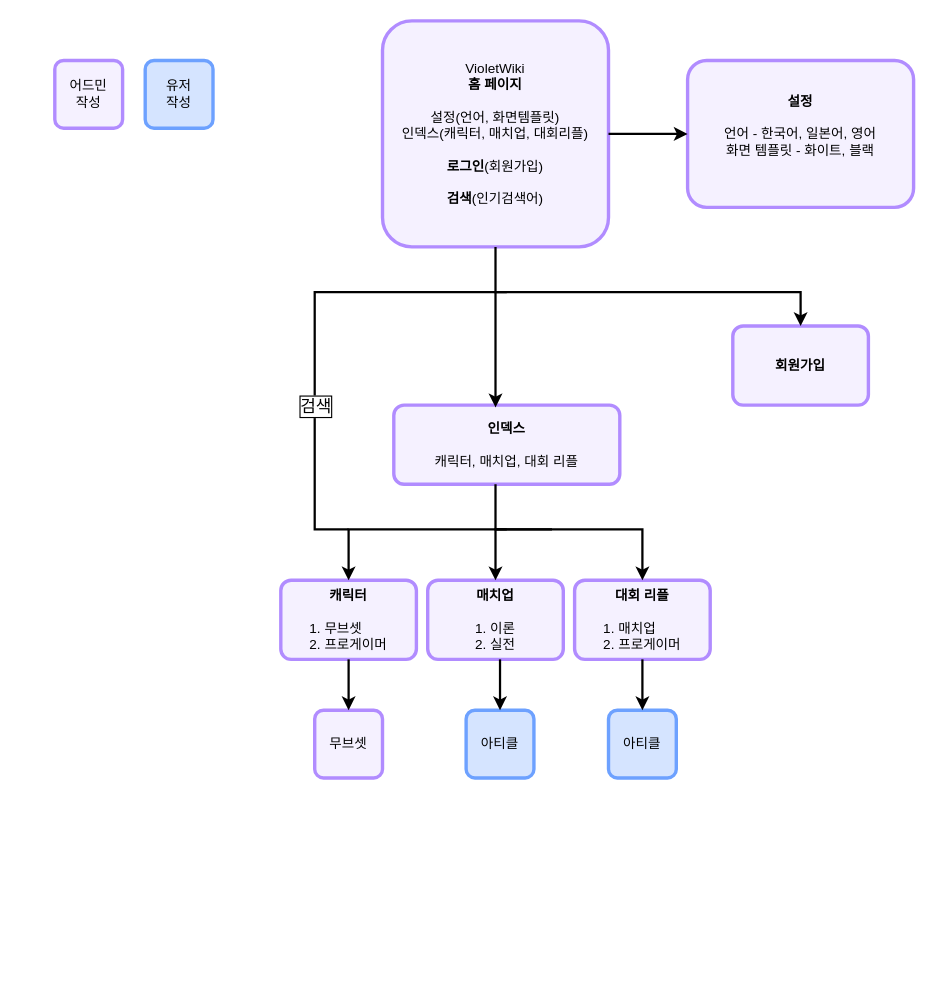
Above: VioletWiki.drawio in Sihyeon6n23/VioletWiki (draw.io), before the change. Source tidied: cells renumbered, new cells numbered last; positions are measured from the earlier drawing's top-left corner, leaving out a move shared by most shapes. Both pictures are drawn from the tidied source at 113%, with x=0, y=0 at pixel (54, 20).
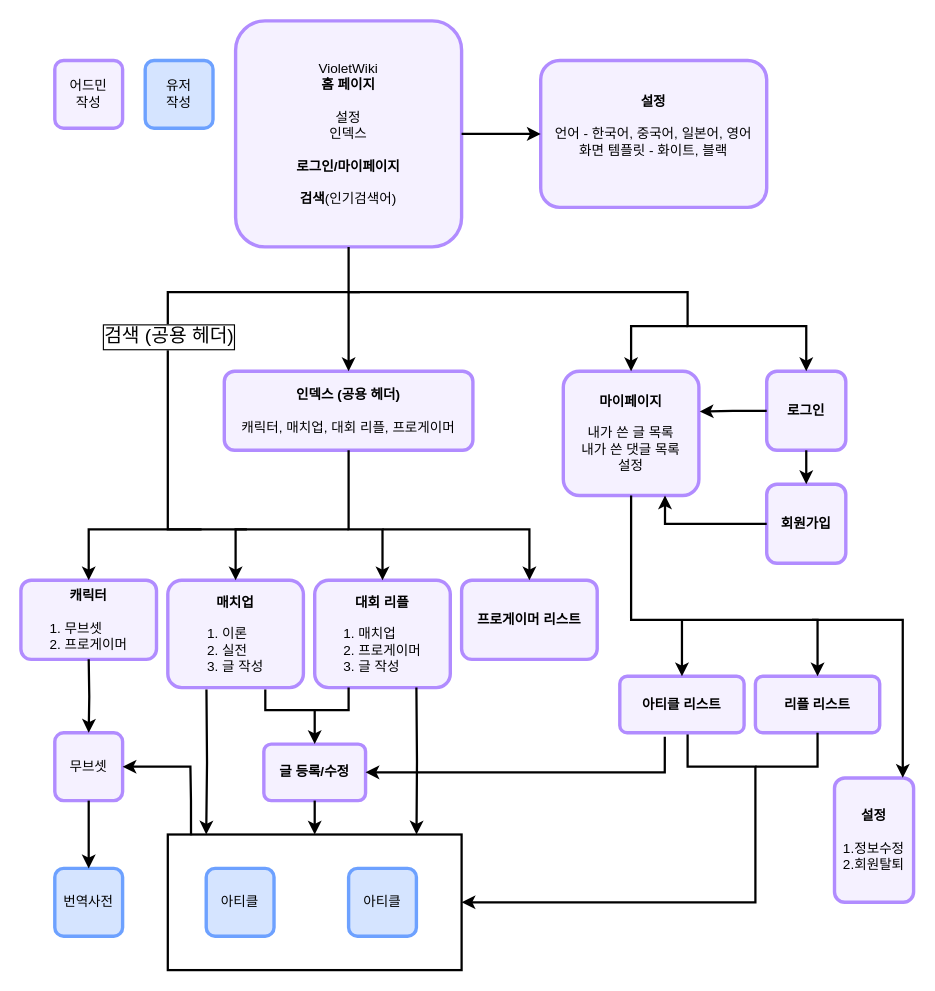
The same page after the edit.

Change to the diagram source:
```diff
@@
+    <mxCell id="25" style="rounded=0;whiteSpace=wrap;html=1;fillColor=none;strokeWidth=2;" parent="1" vertex="1">
+      <mxGeometry x="100" y="720" width="260" height="120" as="geometry" />
+    </mxCell>
-    <mxCell id="2" value="&lt;div&gt;VioletWiki&lt;/div&gt;&lt;div&gt;&lt;b&gt;홈 페이지&lt;/b&gt;&lt;/div&gt;&lt;div&gt;&lt;br&gt;&lt;/div&gt;&lt;div&gt;설정(언어, 화면템플릿)&lt;/div&gt;&lt;div&gt;인덱스(캐릭터, 매치업, 대회리플)&lt;/div&gt;&lt;div&gt;&lt;br&gt;&lt;/div&gt;&lt;div&gt;&lt;b&gt;로그인&lt;/b&gt;(회원가입)&lt;/div&gt;&lt;div&gt;&lt;br&gt;&lt;/div&gt;&lt;div&gt;&lt;b&gt;검색&lt;/b&gt;(인기검색어)&lt;/div&gt;" style="rounded=1;whiteSpace=wrap;html=1;strokeColor=#B18CFF;strokeWidth=3;perimeterSpacing=0;arcSize=13;fillColor=#F5F1FF;" parent="1" vertex="1">
-      <mxGeometry x="290" width="200" height="200" as="geometry" />
+    <mxCell id="2" value="&lt;div&gt;VioletWiki&lt;/div&gt;&lt;div&gt;&lt;b&gt;홈 페이지&lt;/b&gt;&lt;/div&gt;&lt;div&gt;&lt;br&gt;&lt;/div&gt;&lt;div&gt;설정&lt;/div&gt;&lt;div&gt;인덱스&lt;/div&gt;&lt;div&gt;&lt;br&gt;&lt;/div&gt;&lt;div&gt;&lt;b&gt;로그인/마이페이지&lt;/b&gt;&lt;/div&gt;&lt;div&gt;&lt;br&gt;&lt;/div&gt;&lt;div&gt;&lt;b&gt;검색&lt;/b&gt;(인기검색어)&lt;/div&gt;" style="rounded=1;whiteSpace=wrap;html=1;strokeColor=#B18CFF;strokeWidth=3;perimeterSpacing=0;arcSize=13;fillColor=#F5F1FF;" parent="1" vertex="1">
+      <mxGeometry x="160" width="200" height="200" as="geometry" />
     </mxCell>
-    <mxCell id="3" value="&lt;div&gt;&lt;b&gt;인덱스&lt;/b&gt;&lt;/div&gt;&lt;div&gt;&lt;b&gt;&lt;br&gt;&lt;/b&gt;&lt;/div&gt;&lt;div&gt;캐릭터, 매치업, 대회 리플&lt;/div&gt;" style="rounded=1;whiteSpace=wrap;html=1;strokeColor=#B18CFF;strokeWidth=3;perimeterSpacing=0;arcSize=13;fillColor=#F5F1FF;" parent="1" vertex="1">
-      <mxGeometry x="300" y="340" width="200" height="70" as="geometry" />
+    <mxCell id="3" value="&lt;div&gt;&lt;b&gt;인덱스 (공용 헤더)&lt;/b&gt;&lt;/div&gt;&lt;div&gt;&lt;b&gt;&lt;br&gt;&lt;/b&gt;&lt;/div&gt;&lt;div&gt;캐릭터, 매치업, 대회 리플, 프로게이머&lt;/div&gt;" style="rounded=1;whiteSpace=wrap;html=1;strokeColor=#B18CFF;strokeWidth=3;perimeterSpacing=0;arcSize=13;fillColor=#F5F1FF;" parent="1" vertex="1">
+      <mxGeometry x="150" y="310" width="220" height="70" as="geometry" />
     </mxCell>
-    <mxCell id="4" value="&lt;div&gt;&lt;b&gt;설정&lt;/b&gt;&lt;/div&gt;&lt;div&gt;&lt;br&gt;&lt;/div&gt;&lt;div&gt;언어 - 한국어, 일본어, 영어&lt;/div&gt;&lt;div&gt;화면 템플릿 - 화이트, 블랙&lt;/div&gt;&lt;div&gt;&lt;br&gt;&lt;/div&gt;" style="rounded=1;whiteSpace=wrap;html=1;strokeColor=#B18CFF;strokeWidth=3;perimeterSpacing=0;arcSize=13;fillColor=#F5F1FF;" parent="1" vertex="1">
-      <mxGeometry x="560" y="35" width="200" height="130" as="geometry" />
+    <mxCell id="4" value="&lt;div&gt;&lt;b&gt;설정&lt;/b&gt;&lt;/div&gt;&lt;div&gt;&lt;br&gt;&lt;/div&gt;&lt;div&gt;언어 - 한국어, 중국어, 일본어, 영어&lt;/div&gt;&lt;div&gt;화면 템플릿 - 화이트, 블랙&lt;/div&gt;&lt;div&gt;&lt;br&gt;&lt;/div&gt;" style="rounded=1;whiteSpace=wrap;html=1;strokeColor=#B18CFF;strokeWidth=3;perimeterSpacing=0;arcSize=13;fillColor=#F5F1FF;" parent="1" vertex="1">
+      <mxGeometry x="430" y="35" width="200" height="130" as="geometry" />
     </mxCell>
@@
-    <mxCell id="6" value="&lt;div&gt;&lt;b&gt;회원가입&lt;/b&gt;&lt;/div&gt;" style="rounded=1;whiteSpace=wrap;html=1;strokeColor=#B18CFF;strokeWidth=3;perimeterSpacing=0;arcSize=13;fillColor=#F5F1FF;" parent="1" vertex="1">
-      <mxGeometry x="600" y="270" width="120" height="70" as="geometry" />
+    <mxCell id="6" value="&lt;b&gt;로그인&lt;/b&gt;" style="rounded=1;whiteSpace=wrap;html=1;strokeColor=#B18CFF;strokeWidth=3;perimeterSpacing=0;arcSize=13;fillColor=#F5F1FF;" parent="1" vertex="1">
+      <mxGeometry x="630" y="310" width="70" height="70" as="geometry" />
     </mxCell>
     <mxCell id="7" style="endArrow=classic;html=1;rounded=0;entryX=0.5;entryY=0;entryDx=0;entryDy=0;exitX=0.5;exitY=1;exitDx=0;exitDy=0;strokeWidth=2;edgeStyle=orthogonalEdgeStyle;" parent="1" edge="1" source="2" target="6">
       <mxGeometry relative="1" as="geometry">
         <Array as="points">
-          <mxPoint x="390" y="240" />
-          <mxPoint x="660" y="240" />
+          <mxPoint x="260" y="240" />
+          <mxPoint x="560" y="240" />
+          <mxPoint x="560" y="270" />
+          <mxPoint x="665" y="270" />
         </Array>
       </mxGeometry>
     </mxCell>
-    <mxCell id="8" style="endArrow=classic;html=1;rounded=0;entryX=0.45;entryY=0.029;entryDx=0;entryDy=0;strokeWidth=2;entryPerimeter=0;edgeStyle=orthogonalEdgeStyle;" parent="1" edge="1" target="3">
+    <mxCell id="8" style="endArrow=classic;html=1;rounded=0;strokeWidth=2;edgeStyle=orthogonalEdgeStyle;" parent="1" edge="1">
       <mxGeometry relative="1" as="geometry">
-        <mxPoint x="390" y="240" as="sourcePoint" />
+        <mxPoint x="260" y="240" as="sourcePoint" />
+        <mxPoint x="260" y="310" as="targetPoint" />
         <Array as="points">
-          <mxPoint x="390" y="290" />
-          <mxPoint x="390" y="290" />
+          <mxPoint x="260" y="290" />
+          <mxPoint x="260" y="290" />
         </Array>
       </mxGeometry>
     </mxCell>
     <mxCell id="9" value="&lt;div&gt;&lt;b&gt;캐릭터&lt;/b&gt;&lt;/div&gt;&lt;div&gt;&lt;br&gt;&lt;/div&gt;&lt;div align=&quot;left&quot;&gt;1. 무브셋&lt;/div&gt;&lt;div align=&quot;left&quot;&gt;2. 프로게이머&lt;/div&gt;" style="rounded=1;whiteSpace=wrap;html=1;strokeColor=#B18CFF;strokeWidth=3;perimeterSpacing=0;arcSize=13;fillColor=#F5F1FF;" parent="1" vertex="1">
-      <mxGeometry x="200" y="495" width="120" height="70" as="geometry" />
+      <mxGeometry x="-30" y="495" width="120" height="70" as="geometry" />
     </mxCell>
-    <mxCell id="10" value="&lt;div&gt;&lt;b&gt;매치업&lt;/b&gt;&lt;/div&gt;&lt;div&gt;&lt;br&gt;&lt;/div&gt;&lt;div&gt;1. 이론&lt;/div&gt;&lt;div&gt;2. 실전&lt;/div&gt;" style="rounded=1;whiteSpace=wrap;html=1;strokeColor=#B18CFF;strokeWidth=3;perimeterSpacing=0;arcSize=13;fillColor=#F5F1FF;" parent="1" vertex="1">
-      <mxGeometry x="330" y="495" width="120" height="70" as="geometry" />
+    <mxCell id="10" value="&lt;div&gt;&lt;b&gt;매치업&lt;/b&gt;&lt;/div&gt;&lt;div&gt;&lt;br&gt;&lt;/div&gt;&lt;div align=&quot;left&quot;&gt;1. 이론&lt;/div&gt;&lt;div align=&quot;left&quot;&gt;2. 실전&lt;/div&gt;&lt;div align=&quot;left&quot;&gt;3. 글 작성&lt;/div&gt;" style="rounded=1;whiteSpace=wrap;html=1;strokeColor=#B18CFF;strokeWidth=3;perimeterSpacing=0;arcSize=13;fillColor=#F5F1FF;" parent="1" vertex="1">
+      <mxGeometry x="100" y="495" width="120" height="95" as="geometry" />
     </mxCell>
-    <mxCell id="11" value="&lt;div&gt;&lt;b&gt;대회 리플&lt;/b&gt;&lt;/div&gt;&lt;div&gt;&lt;br&gt;&lt;/div&gt;&lt;div align=&quot;left&quot;&gt;1. 매치업&lt;/div&gt;&lt;div align=&quot;left&quot;&gt;2. 프로게이머&lt;/div&gt;" style="rounded=1;whiteSpace=wrap;html=1;strokeColor=#B18CFF;strokeWidth=3;perimeterSpacing=0;arcSize=13;fillColor=#F5F1FF;" parent="1" vertex="1">
-      <mxGeometry x="460" y="495" width="120" height="70" as="geometry" />
+    <mxCell id="11" value="&lt;div&gt;&lt;b&gt;대회 리플&lt;/b&gt;&lt;/div&gt;&lt;div&gt;&lt;br&gt;&lt;/div&gt;&lt;div align=&quot;left&quot;&gt;1. 매치업&lt;/div&gt;&lt;div align=&quot;left&quot;&gt;2. 프로게이머&lt;/div&gt;&lt;div align=&quot;left&quot;&gt;3. 글 작성&lt;/div&gt;" style="rounded=1;whiteSpace=wrap;html=1;strokeColor=#B18CFF;strokeWidth=3;perimeterSpacing=0;arcSize=13;fillColor=#F5F1FF;" parent="1" vertex="1">
+      <mxGeometry x="230" y="495" width="120" height="95" as="geometry" />
     </mxCell>
     <mxCell id="12" style="endArrow=classic;html=1;rounded=0;entryX=0.5;entryY=0;entryDx=0;entryDy=0;strokeWidth=2;edgeStyle=orthogonalEdgeStyle;" parent="1" edge="1" source="3" target="11">
       <mxGeometry relative="1" as="geometry">
         <Array as="points">
-          <mxPoint x="390" y="450" />
-          <mxPoint x="520" y="450" />
+          <mxPoint x="260" y="450" />
+          <mxPoint x="290" y="450" />
         </Array>
       </mxGeometry>
     </mxCell>
     <mxCell id="13" style="endArrow=classic;html=1;rounded=0;entryX=0.5;entryY=0;entryDx=0;entryDy=0;strokeWidth=2;edgeStyle=orthogonalEdgeStyle;" parent="1" edge="1" target="10">
       <mxGeometry relative="1" as="geometry">
-        <mxPoint x="400" y="450" as="sourcePoint" />
+        <mxPoint x="170" y="450" as="sourcePoint" />
         <Array as="points">
-          <mxPoint x="390" y="450" />
+          <mxPoint x="160" y="450" />
         </Array>
       </mxGeometry>
     </mxCell>
     <mxCell id="14" style="endArrow=classic;html=1;rounded=0;entryX=0.5;entryY=0;entryDx=0;entryDy=0;strokeWidth=2;edgeStyle=orthogonalEdgeStyle;" parent="1" edge="1" target="9">
       <mxGeometry relative="1" as="geometry">
-        <mxPoint x="440" y="450" as="sourcePoint" />
+        <mxPoint x="260" y="450" as="sourcePoint" />
         <Array as="points">
-          <mxPoint x="260" y="450" />
+          <mxPoint x="30" y="450" />
         </Array>
       </mxGeometry>
     </mxCell>
     <mxCell id="15" style="endArrow=none;html=1;rounded=0;strokeWidth=2;edgeStyle=orthogonalEdgeStyle;endFill=0;" parent="1" edge="1">
       <mxGeometry relative="1" as="geometry">
-        <mxPoint x="400" y="240" as="sourcePoint" />
-        <mxPoint x="259.9" y="450" as="targetPoint" />
+        <mxPoint x="270" y="240" as="sourcePoint" />
+        <mxPoint x="129.9" y="450" as="targetPoint" />
         <Array as="points">
-          <mxPoint x="230" y="240" />
-          <mxPoint x="230" y="450" />
+          <mxPoint x="100" y="240" />
+          <mxPoint x="100" y="450" />
         </Array>
       </mxGeometry>
     </mxCell>
-    <mxCell id="16" value="검색" style="edgeLabel;html=1;align=center;verticalAlign=middle;fontSize=15;labelBorderColor=default;" parent="15" vertex="1">
+    <mxCell id="16" value="검색 (공용 헤더)" style="edgeLabel;html=1;align=center;verticalAlign=middle;fontSize=17;labelBorderColor=default;spacing=3;spacingTop=0;" parent="15" vertex="1">
       <mxGeometry x="-0.16" y="-1" relative="1" as="geometry">
-        <mxPoint x="1" y="98" as="offset" />
+        <mxPoint x="1" y="37" as="offset" />
       </mxGeometry>
     </mxCell>
     <mxCell id="17" value="무브셋" style="rounded=1;whiteSpace=wrap;html=1;strokeColor=#B18CFF;strokeWidth=3;perimeterSpacing=0;arcSize=13;fillColor=#F5F1FF;" parent="1" vertex="1">
-      <mxGeometry x="230" y="610" width="60" height="60" as="geometry" />
+      <mxGeometry y="630" width="60" height="60" as="geometry" />
     </mxCell>
-    <mxCell id="18" style="endArrow=classic;html=1;rounded=0;entryX=0.5;entryY=0;entryDx=0;entryDy=0;strokeWidth=2;edgeStyle=orthogonalEdgeStyle;" parent="1" edge="1">
+    <mxCell id="18" style="endArrow=classic;html=1;rounded=0;entryX=0.5;entryY=0;entryDx=0;entryDy=0;strokeWidth=2;edgeStyle=orthogonalEdgeStyle;" parent="1" edge="1" target="17">
       <mxGeometry relative="1" as="geometry">
-        <mxPoint x="260" y="565" as="sourcePoint" />
-        <mxPoint x="260" y="610" as="targetPoint" />
-        <Array as="points">
-          <mxPoint x="260" y="565" />
-        </Array>
+        <mxPoint x="30" y="565" as="sourcePoint" />
       </mxGeometry>
     </mxCell>
     <mxCell id="19" value="아티클" style="rounded=1;whiteSpace=wrap;html=1;strokeColor=#6DA1FF;strokeWidth=3;perimeterSpacing=0;arcSize=13;fillColor=#D5E4FF;" parent="1" vertex="1">
-      <mxGeometry x="364" y="610" width="60" height="60" as="geometry" />
+      <mxGeometry x="134" y="750" width="60" height="60" as="geometry" />
     </mxCell>
-    <mxCell id="20" style="endArrow=classic;html=1;rounded=0;entryX=0.5;entryY=0;entryDx=0;entryDy=0;strokeWidth=2;edgeStyle=orthogonalEdgeStyle;" parent="1" edge="1">
-      <mxGeometry relative="1" as="geometry">
-        <mxPoint x="394" y="565" as="sourcePoint" />
-        <mxPoint x="394" y="610" as="targetPoint" />
-        <Array as="points">
-          <mxPoint x="394" y="565" />
-        </Array>
-      </mxGeometry>
-    </mxCell>
     <mxCell id="21" value="아티클" style="rounded=1;whiteSpace=wrap;html=1;strokeColor=#6DA1FF;strokeWidth=3;perimeterSpacing=0;arcSize=13;fillColor=#D5E4FF;" parent="1" vertex="1">
-      <mxGeometry x="490" y="610" width="60" height="60" as="geometry" />
+      <mxGeometry x="260" y="750" width="60" height="60" as="geometry" />
     </mxCell>
-    <mxCell id="22" style="endArrow=classic;html=1;rounded=0;entryX=0.5;entryY=0;entryDx=0;entryDy=0;strokeWidth=2;edgeStyle=orthogonalEdgeStyle;" parent="1" edge="1">
+    <mxCell id="22" style="endArrow=classic;html=1;rounded=0;entryX=0.731;entryY=0;entryDx=0;entryDy=0;strokeWidth=2;edgeStyle=orthogonalEdgeStyle;entryPerimeter=0;" parent="1" edge="1">
       <mxGeometry relative="1" as="geometry">
-        <mxPoint x="520" y="565" as="sourcePoint" />
-        <mxPoint x="520" y="610" as="targetPoint" />
-        <Array as="points">
-          <mxPoint x="520" y="565" />
-        </Array>
+        <mxPoint x="320" y="590" as="sourcePoint" />
+        <mxPoint x="320.1" y="720" as="targetPoint" />
       </mxGeometry>
     </mxCell>
@@
+    <mxCell id="26" value="&lt;div&gt;&lt;b&gt;프로게이머 리스트&lt;/b&gt;&lt;/div&gt;" style="rounded=1;whiteSpace=wrap;html=1;strokeColor=#B18CFF;strokeWidth=3;perimeterSpacing=0;arcSize=13;fillColor=#F5F1FF;" parent="1" vertex="1">
+      <mxGeometry x="360" y="495" width="120" height="70" as="geometry" />
+    </mxCell>
+    <mxCell id="27" style="endArrow=classic;html=1;rounded=0;entryX=0.5;entryY=0;entryDx=0;entryDy=0;strokeWidth=2;edgeStyle=orthogonalEdgeStyle;" parent="1" edge="1" target="26">
+      <mxGeometry relative="1" as="geometry">
+        <mxPoint x="290" y="450" as="sourcePoint" />
+        <Array as="points">
+          <mxPoint x="420" y="450" />
+        </Array>
+      </mxGeometry>
+    </mxCell>
+    <mxCell id="28" value="&lt;div&gt;&lt;b&gt;회원가입&lt;/b&gt;&lt;/div&gt;" style="rounded=1;whiteSpace=wrap;html=1;strokeColor=#B18CFF;strokeWidth=3;perimeterSpacing=0;arcSize=13;fillColor=#F5F1FF;" parent="1" vertex="1">
+      <mxGeometry x="630" y="410" width="70" height="70" as="geometry" />
+    </mxCell>
+    <mxCell id="29" style="endArrow=classic;html=1;rounded=0;strokeWidth=2;edgeStyle=orthogonalEdgeStyle;entryX=0.5;entryY=0;entryDx=0;entryDy=0;exitX=0.5;exitY=1;exitDx=0;exitDy=0;" parent="1" edge="1" source="6" target="28">
+      <mxGeometry relative="1" as="geometry" />
+    </mxCell>
+    <mxCell id="30" value="&lt;div&gt;&lt;b&gt;마이페이지&lt;/b&gt;&lt;/div&gt;&lt;div&gt;&lt;b&gt;&lt;br&gt;&lt;/b&gt;&lt;/div&gt;&lt;div&gt;내가 쓴 글 목록&lt;/div&gt;&lt;div&gt;내가 쓴 댓글 목록&lt;/div&gt;&lt;div&gt;설정&lt;/div&gt;" style="rounded=1;whiteSpace=wrap;html=1;strokeColor=#B18CFF;strokeWidth=3;perimeterSpacing=0;arcSize=13;fillColor=#F5F1FF;" parent="1" vertex="1">
+      <mxGeometry x="450" y="310" width="120" height="110" as="geometry" />
+    </mxCell>
+    <mxCell id="31" style="endArrow=classic;html=1;rounded=0;strokeWidth=2;edgeStyle=orthogonalEdgeStyle;entryX=0.5;entryY=0;entryDx=0;entryDy=0;" parent="1" edge="1" target="30">
+      <mxGeometry relative="1" as="geometry">
+        <mxPoint x="560" y="270" as="sourcePoint" />
+        <Array as="points">
+          <mxPoint x="510" y="270" />
+        </Array>
+      </mxGeometry>
+    </mxCell>
+    <mxCell id="32" style="endArrow=classic;html=1;rounded=0;strokeWidth=2;edgeStyle=orthogonalEdgeStyle;entryX=1.006;entryY=0.325;entryDx=0;entryDy=0;exitX=0;exitY=0.5;exitDx=0;exitDy=0;entryPerimeter=0;" parent="1" edge="1" source="6" target="30">
+      <mxGeometry relative="1" as="geometry" />
+    </mxCell>
+    <mxCell id="33" style="endArrow=classic;html=1;rounded=0;entryX=1;entryY=0.5;entryDx=0;entryDy=0;strokeWidth=2;edgeStyle=orthogonalEdgeStyle;exitX=0.572;exitY=1.023;exitDx=0;exitDy=0;exitPerimeter=0;" parent="1" edge="1" source="36" target="25">
+      <mxGeometry relative="1" as="geometry">
+        <Array as="points">
+          <mxPoint x="563" y="630" />
+          <mxPoint x="560" y="630" />
+          <mxPoint x="560" y="660" />
+          <mxPoint x="620" y="660" />
+          <mxPoint x="620" y="780" />
+        </Array>
+      </mxGeometry>
+    </mxCell>
+    <mxCell id="34" style="endArrow=classic;html=1;rounded=0;entryX=1;entryY=0.5;entryDx=0;entryDy=0;strokeWidth=2;edgeStyle=orthogonalEdgeStyle;exitX=0.079;exitY=0.006;exitDx=0;exitDy=0;exitPerimeter=0;" parent="1" edge="1" source="25" target="17">
+      <mxGeometry relative="1" as="geometry">
+        <Array as="points">
+          <mxPoint x="121" y="690" />
+          <mxPoint x="120" y="640" />
+        </Array>
+      </mxGeometry>
+    </mxCell>
+    <mxCell id="35" style="endArrow=classic;html=1;rounded=0;strokeWidth=2;edgeStyle=orthogonalEdgeStyle;entryX=0.75;entryY=1;entryDx=0;entryDy=0;exitX=0;exitY=0.5;exitDx=0;exitDy=0;" parent="1" edge="1" source="28" target="30">
+      <mxGeometry relative="1" as="geometry" />
+    </mxCell>
+    <mxCell id="36" value="&lt;b&gt;아티클 리스트&lt;/b&gt;" style="rounded=1;whiteSpace=wrap;html=1;strokeColor=#B18CFF;strokeWidth=3;perimeterSpacing=0;arcSize=13;fillColor=#F5F1FF;" parent="1" vertex="1">
+      <mxGeometry x="500" y="580" width="110" height="50" as="geometry" />
+    </mxCell>
+    <mxCell id="37" value="&lt;b&gt;리플 리스트&lt;/b&gt;" style="rounded=1;whiteSpace=wrap;html=1;strokeColor=#B18CFF;strokeWidth=3;perimeterSpacing=0;arcSize=13;fillColor=#F5F1FF;" parent="1" vertex="1">
+      <mxGeometry x="620" y="580" width="110" height="50" as="geometry" />
+    </mxCell>
+    <mxCell id="38" style="endArrow=none;html=1;rounded=0;strokeWidth=2;edgeStyle=orthogonalEdgeStyle;exitX=0.5;exitY=1;exitDx=0;exitDy=0;endFill=0;" parent="1" edge="1" source="37">
+      <mxGeometry relative="1" as="geometry">
+        <mxPoint x="620" y="660" as="targetPoint" />
+        <Array as="points">
+          <mxPoint x="675" y="660" />
+        </Array>
+      </mxGeometry>
+    </mxCell>
+    <mxCell id="39" style="endArrow=classic;html=1;rounded=0;strokeWidth=2;edgeStyle=orthogonalEdgeStyle;endFill=1;entryX=0.5;entryY=0;entryDx=0;entryDy=0;exitX=0.5;exitY=1;exitDx=0;exitDy=0;" parent="1" edge="1" source="30" target="37">
+      <mxGeometry relative="1" as="geometry">
+        <Array as="points">
+          <mxPoint x="510" y="530" />
+          <mxPoint x="675" y="530" />
+        </Array>
+      </mxGeometry>
+    </mxCell>
+    <mxCell id="40" style="endArrow=classic;html=1;rounded=0;strokeWidth=2;edgeStyle=orthogonalEdgeStyle;entryX=0.5;entryY=0;entryDx=0;entryDy=0;" parent="1" edge="1" target="36">
+      <mxGeometry relative="1" as="geometry">
+        <mxPoint x="555" y="530" as="sourcePoint" />
+        <Array as="points">
+          <mxPoint x="555" y="540" />
+          <mxPoint x="555" y="540" />
+        </Array>
+      </mxGeometry>
+    </mxCell>
+    <mxCell id="41" value="&lt;div&gt;&lt;b&gt;설정&lt;/b&gt;&lt;/div&gt;&lt;div&gt;&lt;b&gt;&lt;br&gt;&lt;/b&gt;&lt;/div&gt;&lt;div&gt;1.정보수정&lt;/div&gt;&lt;div&gt;2.회원탈퇴&lt;/div&gt;" style="rounded=1;whiteSpace=wrap;html=1;strokeColor=#B18CFF;strokeWidth=3;perimeterSpacing=0;arcSize=13;fillColor=#F5F1FF;" parent="1" vertex="1">
+      <mxGeometry x="690" y="670" width="70" height="110" as="geometry" />
+    </mxCell>
+    <mxCell id="42" style="endArrow=classic;html=1;rounded=0;strokeWidth=2;edgeStyle=orthogonalEdgeStyle;entryX=0.863;entryY=-0.002;entryDx=0;entryDy=0;entryPerimeter=0;" parent="1" edge="1" target="41">
+      <mxGeometry relative="1" as="geometry">
+        <mxPoint x="670" y="530" as="sourcePoint" />
+        <Array as="points">
+          <mxPoint x="750" y="530" />
+        </Array>
+      </mxGeometry>
+    </mxCell>
+    <mxCell id="43" style="endArrow=classic;html=1;rounded=0;entryX=0.25;entryY=0;entryDx=0;entryDy=0;strokeWidth=2;edgeStyle=orthogonalEdgeStyle;exitX=0.543;exitY=1.017;exitDx=0;exitDy=0;exitPerimeter=0;" parent="1" edge="1">
+      <mxGeometry relative="1" as="geometry">
+        <mxPoint x="134.2" y="591.6" as="sourcePoint" />
+        <mxPoint x="134" y="720" as="targetPoint" />
+      </mxGeometry>
+    </mxCell>
+    <mxCell id="44" value="&lt;b&gt;글 등록/수정&lt;/b&gt;" style="rounded=1;whiteSpace=wrap;html=1;strokeColor=#B18CFF;strokeWidth=3;perimeterSpacing=0;arcSize=13;fillColor=#F5F1FF;" parent="1" vertex="1">
+      <mxGeometry x="185" y="640" width="90" height="50" as="geometry" />
+    </mxCell>
+    <mxCell id="45" style="endArrow=classic;html=1;rounded=0;strokeWidth=2;edgeStyle=orthogonalEdgeStyle;" parent="1" edge="1" target="44">
+      <mxGeometry relative="1" as="geometry">
+        <mxPoint x="260" y="590" as="sourcePoint" />
+        <Array as="points">
+          <mxPoint x="260" y="610" />
+          <mxPoint x="230" y="610" />
+        </Array>
+      </mxGeometry>
+    </mxCell>
+    <mxCell id="46" style="endArrow=none;html=1;rounded=0;strokeWidth=2;edgeStyle=orthogonalEdgeStyle;exitX=0.719;exitY=1.017;exitDx=0;exitDy=0;exitPerimeter=0;endFill=0;" parent="1" edge="1" source="10">
+      <mxGeometry relative="1" as="geometry">
+        <mxPoint x="230" y="610" as="targetPoint" />
+        <Array as="points">
+          <mxPoint x="186" y="610" />
+        </Array>
+      </mxGeometry>
+    </mxCell>
+    <mxCell id="47" style="endArrow=classic;html=1;rounded=0;strokeWidth=2;edgeStyle=orthogonalEdgeStyle;exitX=0.5;exitY=1;exitDx=0;exitDy=0;entryX=0.5;entryY=0;entryDx=0;entryDy=0;" parent="1" edge="1" source="44" target="25">
+      <mxGeometry relative="1" as="geometry" />
+    </mxCell>
+    <mxCell id="48" style="endArrow=classic;html=1;rounded=0;entryX=1;entryY=0.5;entryDx=0;entryDy=0;strokeWidth=2;edgeStyle=orthogonalEdgeStyle;exitX=0.362;exitY=1.068;exitDx=0;exitDy=0;exitPerimeter=0;" parent="1" edge="1" source="36" target="44">
+      <mxGeometry relative="1" as="geometry">
+        <Array as="points">
+          <mxPoint x="540" y="665" />
+        </Array>
+      </mxGeometry>
+    </mxCell>
+    <mxCell id="49" value="번역사전" style="rounded=1;whiteSpace=wrap;html=1;strokeColor=#6DA1FF;strokeWidth=3;perimeterSpacing=0;arcSize=13;fillColor=#D5E4FF;" parent="1" vertex="1">
+      <mxGeometry y="750" width="60" height="60" as="geometry" />
+    </mxCell>
+    <mxCell id="50" style="endArrow=classic;html=1;rounded=0;entryX=0.5;entryY=0;entryDx=0;entryDy=0;strokeWidth=2;edgeStyle=orthogonalEdgeStyle;exitX=0.5;exitY=1;exitDx=0;exitDy=0;" parent="1" edge="1" source="17" target="49">
+      <mxGeometry relative="1" as="geometry" />
+    </mxCell>
```
